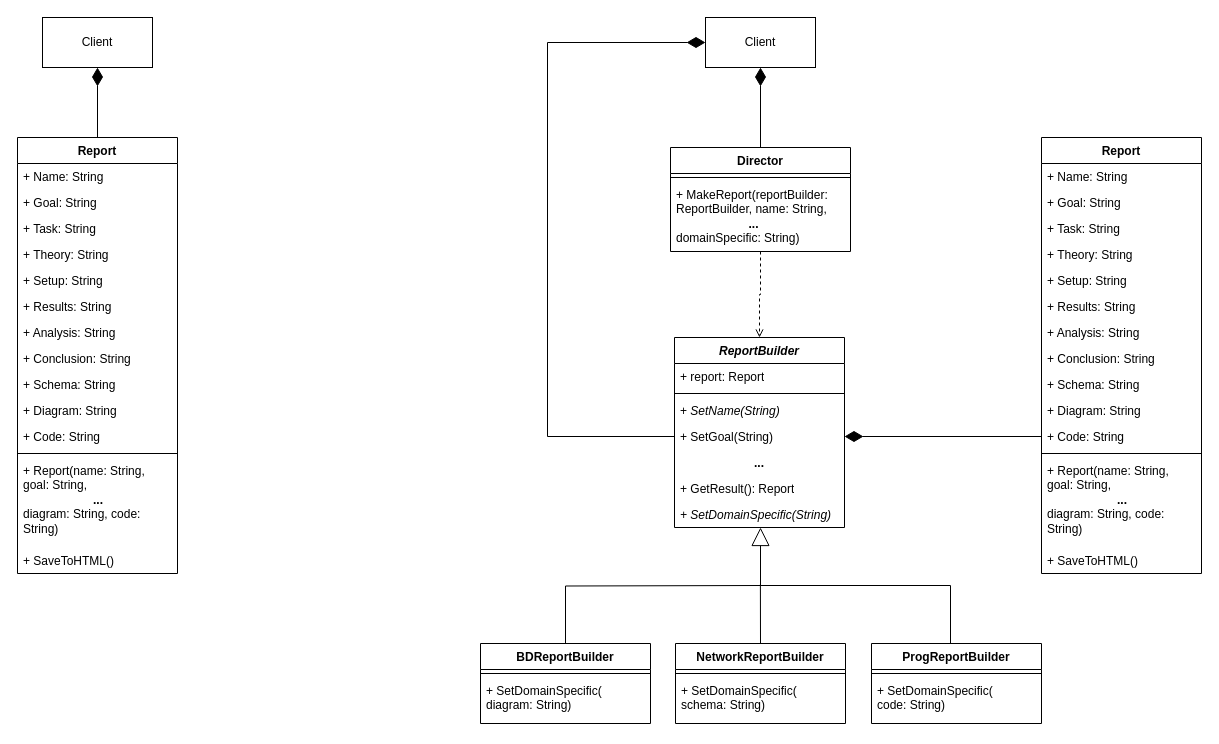
The draw.io diagram Lab_1/Lab_1.drawio in 4lnULpGkuW/OOAD2, before the edit. Source tidied: cells renumbered, new cells numbered last; positions are measured from the earlier drawing's top-left corner, leaving out a move shared by most shapes. Both pictures are drawn from the tidied source at 100%, with x=0, y=0 at pixel (17, 17).
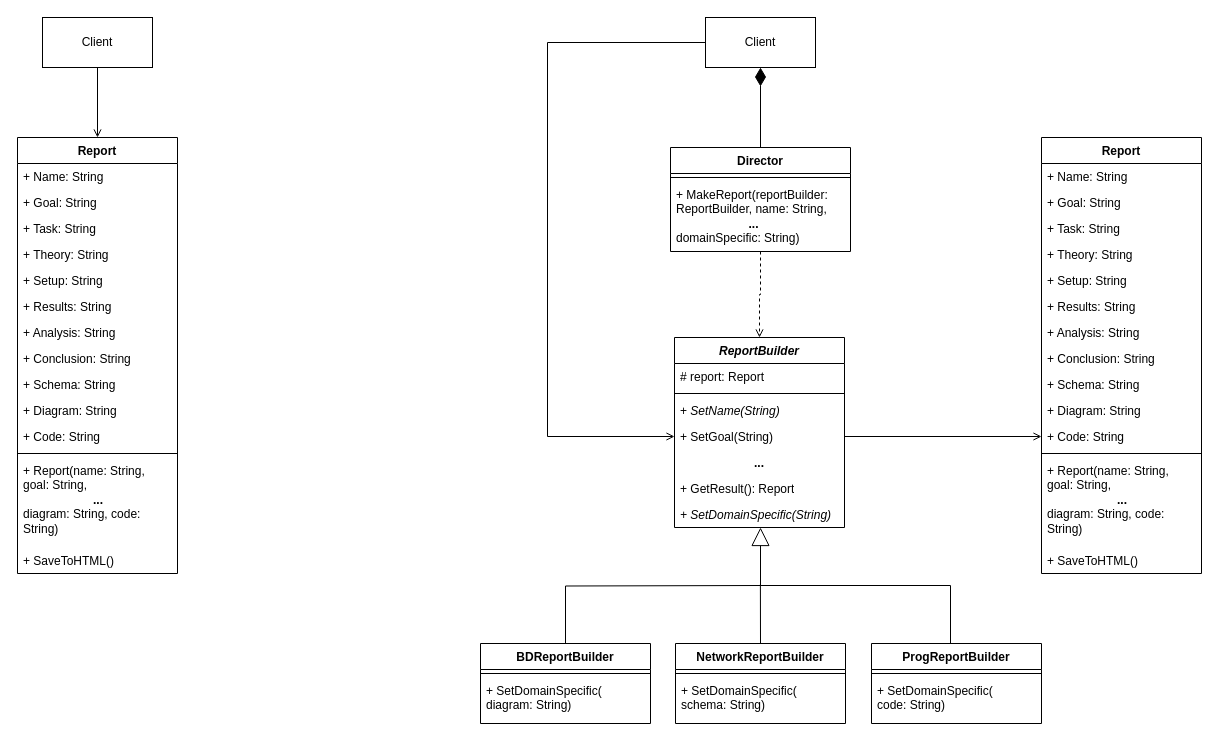
The same diagram, later.

Unchanged cells that the change refers to:
```xml
<mxCell id="2" value="Report" style="swimlane;fontStyle=1;align=center;verticalAlign=top;horizontal=1;startSize=26;whiteSpace=wrap;html=1;" parent="1" vertex="1">
  <mxGeometry y="120" width="160" height="436" as="geometry" />
</mxCell>
<mxCell id="18" value="Client" style="html=1;whiteSpace=wrap;" parent="1" vertex="1">
  <mxGeometry x="25" width="110" height="50" as="geometry" />
</mxCell>
<mxCell id="30" value="+ Code: String" style="text;strokeColor=none;fillColor=none;align=left;verticalAlign=top;spacingLeft=4;spacingRight=4;overflow=hidden;points=[[0,0.5],[1,0.5]];portConstraint=eastwest;whiteSpace=wrap;html=1;" parent="19" vertex="1">
  <mxGeometry y="286" width="160" height="26" as="geometry" />
</mxCell>
<mxCell id="35" value="Client" style="html=1;whiteSpace=wrap;" parent="1" vertex="1">
  <mxGeometry x="688" width="110" height="50" as="geometry" />
</mxCell>
<mxCell id="53" value="&lt;i&gt;ReportBuilder&lt;/i&gt;" style="swimlane;fontStyle=1;align=center;verticalAlign=top;horizontal=1;startSize=26;whiteSpace=wrap;html=1;" parent="1" vertex="1">
  <mxGeometry x="657" y="320" width="170" height="190" as="geometry" />
</mxCell>
<mxCell id="57" value="+ SetGoal&lt;span style=&quot;background-color: transparent;&quot;&gt;(String)&lt;/span&gt;" style="text;strokeColor=none;fillColor=none;align=left;verticalAlign=top;spacingLeft=4;spacingRight=4;overflow=hidden;points=[[0,0.5],[1,0.5]];portConstraint=eastwest;whiteSpace=wrap;html=1;" parent="53" vertex="1">
  <mxGeometry y="86" width="170" height="26" as="geometry" />
</mxCell>
```

Change to the diagram source:
```diff
@@
-    <mxCell id="17" style="edgeStyle=orthogonalEdgeStyle;rounded=0;jettySize=auto;html=1;exitX=0.5;exitY=0;exitDx=0;exitDy=0;entryX=0.5;entryY=1;entryDx=0;entryDy=0;endArrow=diamondThin;endFill=1;endSize=16;" parent="1" edge="1" source="2" target="18">
+    <mxCell id="17" style="edgeStyle=orthogonalEdgeStyle;rounded=0;jettySize=auto;html=1;exitX=0.5;exitY=1;exitDx=0;exitDy=0;entryX=0.5;entryY=0;entryDx=0;entryDy=0;endArrow=open;endFill=0;endSize=6;" parent="1" edge="1" source="18" target="2">
       <mxGeometry relative="1" as="geometry" />
     </mxCell>
@@
-    <mxCell id="48" style="endArrow=diamondThin;endSize=16;html=1;rounded=0;edgeStyle=orthogonalEdgeStyle;entryX=1;entryY=0.5;entryDx=0;entryDy=0;endFill=1;exitX=0;exitY=0.5;exitDx=0;exitDy=0;" parent="1" edge="1" source="30" target="57">
-      <mxGeometry relative="1" as="geometry" />
-    </mxCell>
@@
-    <mxCell id="54" value="+ report: Report" style="text;strokeColor=none;fillColor=none;align=left;verticalAlign=top;spacingLeft=4;spacingRight=4;overflow=hidden;whiteSpace=wrap;html=1;" parent="53" vertex="1">
+    <mxCell id="54" value="# report: Report" style="text;strokeColor=none;fillColor=none;align=left;verticalAlign=top;spacingLeft=4;spacingRight=4;overflow=hidden;whiteSpace=wrap;html=1;" parent="53" vertex="1">
       <mxGeometry y="26" width="170" height="26" as="geometry" />
     </mxCell>
@@
-    <mxCell id="61" style="edgeStyle=orthogonalEdgeStyle;rounded=0;jettySize=auto;html=1;exitX=0;exitY=0.5;exitDx=0;exitDy=0;entryX=0;entryY=0.5;entryDx=0;entryDy=0;endArrow=diamondThin;endFill=1;endSize=16;" parent="1" edge="1" source="57" target="35">
+    <mxCell id="61" style="edgeStyle=orthogonalEdgeStyle;rounded=0;jettySize=auto;html=1;exitX=0;exitY=0.5;exitDx=0;exitDy=0;entryX=0;entryY=0.5;entryDx=0;entryDy=0;endArrow=open;endFill=0;endSize=6;" parent="1" edge="1" source="35" target="57">
       <mxGeometry relative="1" as="geometry">
         <Array as="points">
+          <mxPoint x="530" y="25" />
           <mxPoint x="530" y="419" />
-          <mxPoint x="530" y="25" />
         </Array>
       </mxGeometry>
     </mxCell>
+    <mxCell id="48" style="endArrow=open;endSize=6;html=1;rounded=0;edgeStyle=orthogonalEdgeStyle;entryX=0;entryY=0.5;entryDx=0;entryDy=0;endFill=0;exitX=1;exitY=0.5;exitDx=0;exitDy=0;" parent="1" edge="1" source="57" target="30">
+      <mxGeometry relative="1" as="geometry" />
+    </mxCell>
```
